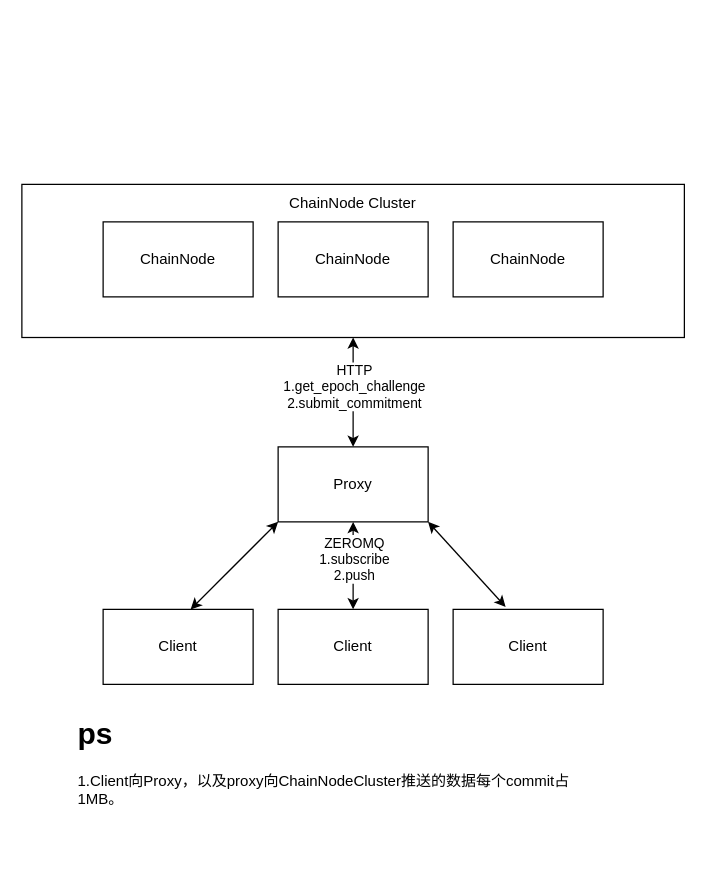
The draw.io diagram ALEO_TESTNET3_POOL.drawio in ghostant-1017/draw-io, before the edit. Source tidied: cells renumbered, new cells numbered last; positions are measured from the earlier drawing's top-left corner, leaving out a move shared by most shapes. Both pictures are drawn from the tidied source at 125%, with x=0, y=0 at pixel (21, 184).
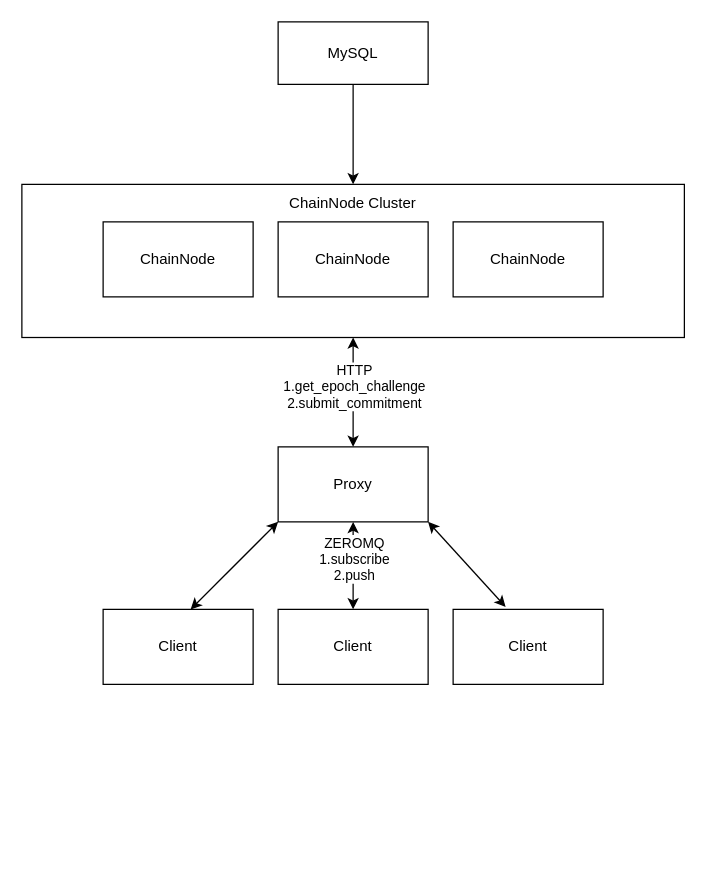
Above is the later version.

Unchanged cells that the change refers to:
```xml
<mxCell id="14" value="ChainNode Cluster" style="text;html=1;strokeColor=none;fillColor=none;align=center;verticalAlign=middle;whiteSpace=wrap;rounded=0;" parent="1" vertex="1">
  <mxGeometry x="205" width="120" height="30" as="geometry" />
</mxCell>
```

Change to the diagram source:
```diff
@@
-    <mxCell id="17" value="&lt;h1&gt;ps&lt;/h1&gt;&lt;div&gt;1.Client向Proxy，以及proxy向ChainNodeCluster推送的数据每个commit占1MB。&lt;/div&gt;" style="text;html=1;strokeColor=none;fillColor=none;spacing=5;spacingTop=-20;whiteSpace=wrap;overflow=hidden;rounded=0;" parent="1" vertex="1">
+    <mxCell id="17" value="&lt;h1&gt;&lt;br&gt;&lt;/h1&gt;" style="text;html=1;strokeColor=none;fillColor=none;spacing=5;spacingTop=-20;whiteSpace=wrap;overflow=hidden;rounded=0;" parent="1" vertex="1">
       <mxGeometry x="40" y="420" width="410" height="120" as="geometry" />
     </mxCell>
+    <mxCell id="18" style="edgeStyle=orthogonalEdgeStyle;rounded=0;jettySize=auto;html=1;entryX=0.5;entryY=0;entryDx=0;entryDy=0;" parent="1" edge="1" source="19" target="14">
+      <mxGeometry relative="1" as="geometry" />
+    </mxCell>
+    <mxCell id="19" value="MySQL" style="rounded=0;whiteSpace=wrap;html=1;" parent="1" vertex="1">
+      <mxGeometry x="205" y="-130" width="120" height="50" as="geometry" />
+    </mxCell>
```
